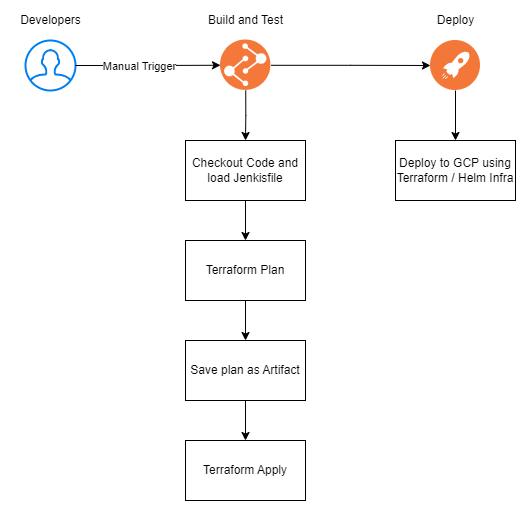
Earlier version of the draw.io export Docs/App Deployment Pipeline.png (JohnNooney/grpc-demo). Source tidied: cells renumbered, new cells last; positions are measured from the earlier drawing's top-left corner, leaving out a move shared by most shapes. The source it was exported from:
```xml
<mxGraphModel>
  <root>
    <mxCell id="0" />
    <mxCell id="1" parent="0" />
    <mxCell id="2" style="group;" parent="1" vertex="1">
      <mxGeometry width="80" height="80" as="geometry" />
    </mxCell>
    <mxCell id="3" style="html=1;verticalLabelPosition=bottom;align=center;labelBackgroundColor=#ffffff;verticalAlign=top;strokeWidth=2;strokeColor=#0080F0;shadow=0;dashed=0;shape=mxgraph.ios7.icons.user;fillColor=default;" parent="2" vertex="1">
      <mxGeometry x="15" y="30" width="50" height="50" as="geometry" />
    </mxCell>
    <mxCell id="4" value="Developers" style="text;html=1;align=center;verticalAlign=middle;strokeColor=none;fillColor=none;" parent="2" vertex="1">
      <mxGeometry width="80" height="20" as="geometry" />
    </mxCell>
    <mxCell id="5" style="group;" parent="1" vertex="1">
      <mxGeometry x="190" width="90" height="80" as="geometry" />
    </mxCell>
    <mxCell id="6" style="perimeter=ellipsePerimeter;html=1;align=center;shadow=0;dashed=0;fontColor=#4277BB;labelBackgroundColor=#ffffff;fontSize=12;spacingTop=3;image;image=img/lib/ibm/devops/build_test.svg;fillColor=default;" parent="5" vertex="1">
      <mxGeometry x="20" y="29.5" width="50.5" height="50.5" as="geometry" />
    </mxCell>
    <mxCell id="7" value="Build and Test" style="text;html=1;align=center;verticalAlign=middle;strokeColor=none;fillColor=none;" parent="5" vertex="1">
      <mxGeometry width="90" height="20" as="geometry" />
    </mxCell>
    <mxCell id="8" style="group;" parent="1" vertex="1">
      <mxGeometry x="420" width="50" height="80" as="geometry" />
    </mxCell>
    <mxCell id="9" style="perimeter=ellipsePerimeter;html=1;align=center;shadow=0;dashed=0;fontColor=#4277BB;labelBackgroundColor=#ffffff;fontSize=12;spacingTop=3;image;image=img/lib/ibm/devops/continuous_deploy.svg;fillColor=default;" parent="8" vertex="1">
      <mxGeometry y="30" width="50" height="50" as="geometry" />
    </mxCell>
    <mxCell id="10" value="Deploy" style="text;html=1;align=center;verticalAlign=middle;strokeColor=none;fillColor=none;" parent="8" vertex="1">
      <mxGeometry width="50" height="20" as="geometry" />
    </mxCell>
    <mxCell id="11" value="Deploy to GCP using Terraform / Helm Infra" style="rounded=0;whiteSpace=wrap;html=1;fillColor=default;" parent="1" vertex="1">
      <mxGeometry x="385" y="130" width="120" height="60" as="geometry" />
    </mxCell>
    <mxCell id="12" style="edgeStyle=orthogonalEdgeStyle;rounded=0;jettySize=auto;html=1;entryX=0;entryY=0.5;entryDx=0;entryDy=0;" parent="1" edge="1" source="3" target="6">
      <mxGeometry relative="1" as="geometry" />
    </mxCell>
    <mxCell id="13" value="Manual Trigger" style="edgeLabel;html=1;align=center;verticalAlign=middle;" parent="12" vertex="1">
      <mxGeometry x="-0.13" relative="1" as="geometry" />
    </mxCell>
    <mxCell id="14" style="edgeStyle=orthogonalEdgeStyle;rounded=0;jettySize=auto;html=1;entryX=0;entryY=0.5;entryDx=0;entryDy=0;" parent="1" edge="1" source="6" target="9">
      <mxGeometry relative="1" as="geometry" />
    </mxCell>
    <mxCell id="15" style="edgeStyle=orthogonalEdgeStyle;rounded=0;jettySize=auto;html=1;entryX=0.5;entryY=0;entryDx=0;entryDy=0;" parent="1" edge="1" source="9" target="11">
      <mxGeometry relative="1" as="geometry" />
    </mxCell>
    <mxCell id="16" style="edgeStyle=orthogonalEdgeStyle;rounded=0;jettySize=auto;html=1;entryX=0.5;entryY=0;entryDx=0;entryDy=0;" parent="1" edge="1" source="17" target="20">
      <mxGeometry relative="1" as="geometry" />
    </mxCell>
    <mxCell id="17" value="Checkout Code and load Jenkisfile" style="rounded=0;whiteSpace=wrap;html=1;fillColor=default;" parent="1" vertex="1">
      <mxGeometry x="175" y="130" width="120" height="60" as="geometry" />
    </mxCell>
    <mxCell id="18" style="edgeStyle=orthogonalEdgeStyle;rounded=0;jettySize=auto;html=1;entryX=0.5;entryY=0;entryDx=0;entryDy=0;" parent="1" edge="1" source="6" target="17">
      <mxGeometry relative="1" as="geometry" />
    </mxCell>
    <mxCell id="19" style="edgeStyle=orthogonalEdgeStyle;rounded=0;jettySize=auto;html=1;entryX=0.5;entryY=0;entryDx=0;entryDy=0;" parent="1" edge="1" source="20" target="22">
      <mxGeometry relative="1" as="geometry" />
    </mxCell>
    <mxCell id="20" value="Terraform Plan" style="rounded=0;whiteSpace=wrap;html=1;fillColor=default;" parent="1" vertex="1">
      <mxGeometry x="175" y="230" width="120" height="60" as="geometry" />
    </mxCell>
    <mxCell id="21" style="edgeStyle=orthogonalEdgeStyle;rounded=0;jettySize=auto;html=1;entryX=0.5;entryY=0;entryDx=0;entryDy=0;" parent="1" edge="1" source="22" target="23">
      <mxGeometry relative="1" as="geometry" />
    </mxCell>
    <mxCell id="22" value="Save plan as Artifact" style="rounded=0;whiteSpace=wrap;html=1;fillColor=default;" parent="1" vertex="1">
      <mxGeometry x="175" y="330" width="120" height="60" as="geometry" />
    </mxCell>
    <mxCell id="23" value="Terraform Apply" style="rounded=0;whiteSpace=wrap;html=1;fillColor=default;" parent="1" vertex="1">
      <mxGeometry x="175" y="430" width="120" height="60" as="geometry" />
    </mxCell>
  </root>
</mxGraphModel>
```
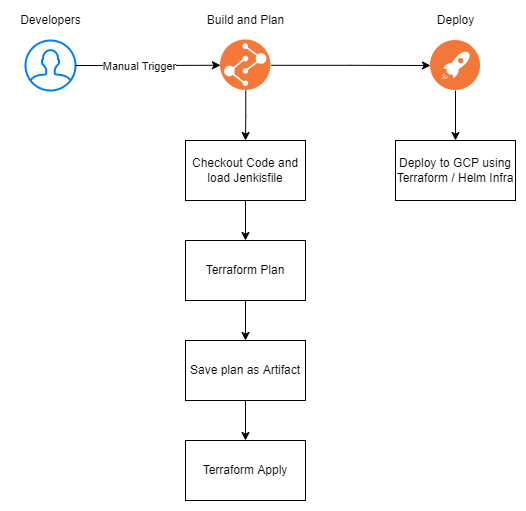
After the change.

Commit message:
Update diagrams with more accurate step names

Diff of the diagram source:
```diff
@@ -17,7 +17,7 @@
     <mxCell id="6" style="perimeter=ellipsePerimeter;html=1;align=center;shadow=0;dashed=0;fontColor=#4277BB;labelBackgroundColor=#ffffff;fontSize=12;spacingTop=3;image;image=img/lib/ibm/devops/build_test.svg;fillColor=default;" parent="5" vertex="1">
       <mxGeometry x="20" y="29.5" width="50.5" height="50.5" as="geometry" />
     </mxCell>
-    <mxCell id="7" value="Build and Test" style="text;html=1;align=center;verticalAlign=middle;strokeColor=none;fillColor=none;" parent="5" vertex="1">
+    <mxCell id="7" value="Build and Plan" style="text;html=1;align=center;verticalAlign=middle;strokeColor=none;fillColor=none;" parent="5" vertex="1">
       <mxGeometry width="90" height="20" as="geometry" />
     </mxCell>
     <mxCell id="8" style="group;" parent="1" vertex="1">
```
